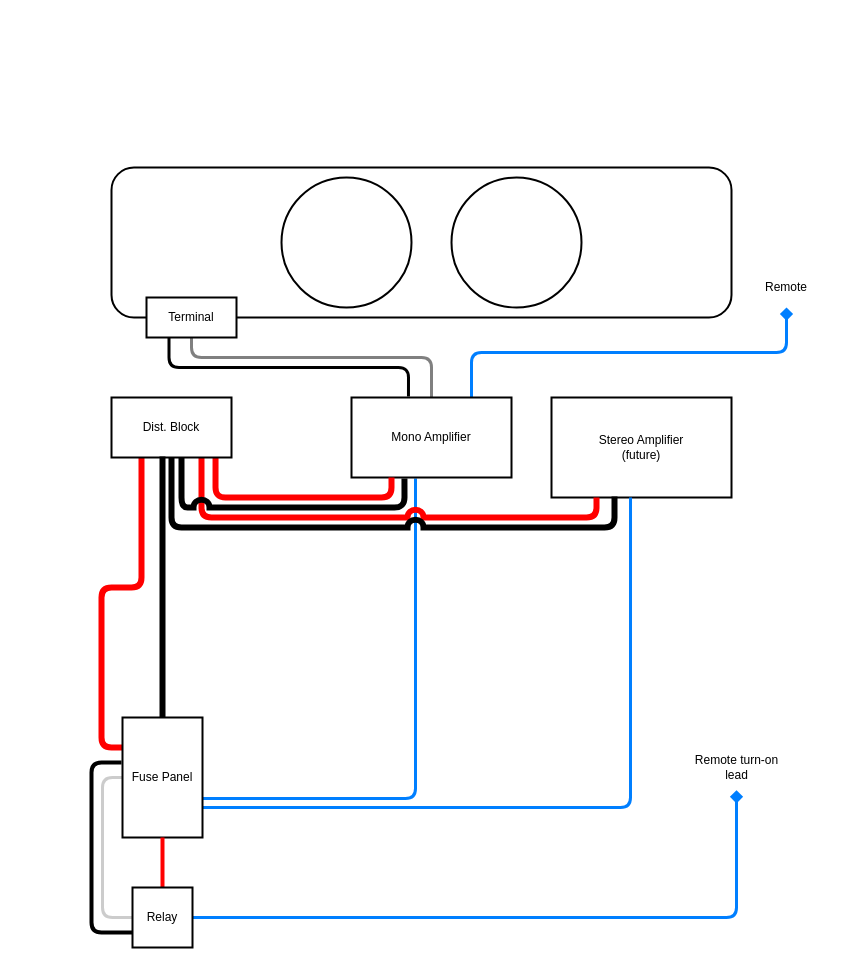
The draw.io diagram Untitled Diagram.drawio in nicholasleblanc/diagrams, before the edit. Source tidied: cells renumbered, new cells numbered last; positions are measured from the earlier drawing's top-left corner, leaving out a move shared by most shapes. Both pictures are drawn from the tidied source at 100%, with x=0, y=0 at pixel (91, 167).
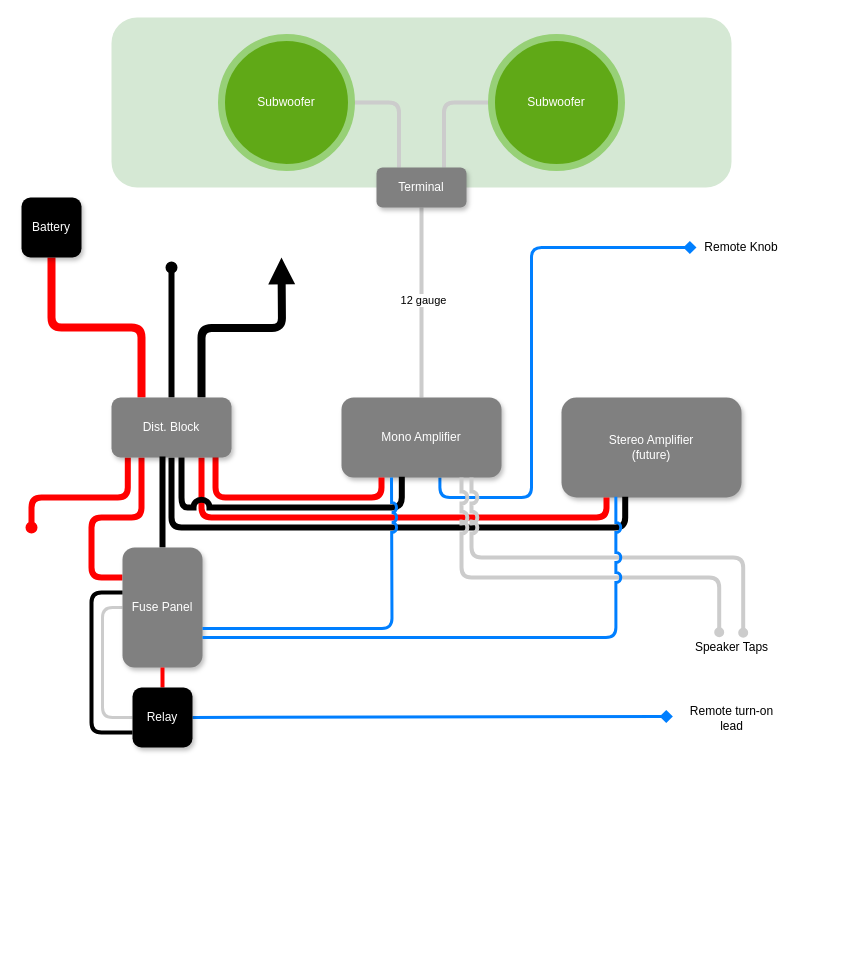
After the change.

What changed in the source:
```diff
@@
-    <mxCell id="2" style="edgeStyle=orthogonalEdgeStyle;jettySize=auto;html=1;exitX=1;exitY=0.675;exitDx=0;exitDy=0;entryX=0.4;entryY=1.013;entryDx=0;entryDy=0;entryPerimeter=0;strokeColor=#007FFF;strokeWidth=3;endArrow=none;endFill=0;exitPerimeter=0;rounded=1;jumpStyle=arc;" parent="1" edge="1" source="16" target="6">
-      <mxGeometry relative="1" as="geometry" />
-    </mxCell>
-    <mxCell id="3" style="edgeStyle=orthogonalEdgeStyle;rounded=1;jettySize=auto;html=1;exitX=0.356;exitY=-0.012;exitDx=0;exitDy=0;entryX=0.25;entryY=1;entryDx=0;entryDy=0;strokeColor=#000000;strokeWidth=3;endArrow=none;endFill=0;jumpStyle=arc;exitPerimeter=0;" parent="1" edge="1" source="6" target="23">
+    <mxCell id="3" style="edgeStyle=orthogonalEdgeStyle;rounded=1;jettySize=auto;html=1;exitX=0.5;exitY=0;exitDx=0;exitDy=0;entryX=0.5;entryY=1;entryDx=0;entryDy=0;strokeColor=#CCCCCC;strokeWidth=4;endArrow=none;endFill=0;jumpStyle=arc;" parent="1" edge="1" source="6" target="23">
       <mxGeometry relative="1" as="geometry" />
     </mxCell>
-    <mxCell id="4" style="edgeStyle=orthogonalEdgeStyle;rounded=1;jettySize=auto;html=1;exitX=0.5;exitY=0;exitDx=0;exitDy=0;entryX=0.5;entryY=1;entryDx=0;entryDy=0;strokeColor=#808080;strokeWidth=3;endArrow=none;endFill=0;jumpStyle=arc;" parent="1" edge="1" source="6" target="23">
-      <mxGeometry relative="1" as="geometry">
-        <Array as="points">
-          <mxPoint x="340" y="190" />
-          <mxPoint x="100" y="190" />
-        </Array>
-      </mxGeometry>
-    </mxCell>
+    <mxCell id="28" value="12 gauge" style="edgeLabel;align=center;verticalAlign=middle;fontColor=#000000;labelBorderColor=none;labelBackgroundColor=default;spacingTop=0;spacingBottom=0;spacing=0;html=1;horizontal=1;" parent="3" vertex="1">
+      <mxGeometry x="0.03" y="-1" relative="1" as="geometry" />
+    </mxCell>
-    <mxCell id="5" style="edgeStyle=orthogonalEdgeStyle;rounded=1;jumpStyle=arc;jettySize=auto;html=1;exitX=0.75;exitY=0;exitDx=0;exitDy=0;strokeColor=#007FFF;strokeWidth=3;endArrow=diamond;endFill=1;" parent="1" edge="1" source="6" target="27">
-      <mxGeometry relative="1" as="geometry" />
+    <mxCell id="5" style="edgeStyle=orthogonalEdgeStyle;rounded=1;jumpStyle=arc;jettySize=auto;html=1;exitX=0.615;exitY=1;exitDx=0;exitDy=0;strokeColor=#007FFF;strokeWidth=3;endArrow=diamond;endFill=1;exitPerimeter=0;" parent="1" edge="1" source="6" target="27">
+      <mxGeometry relative="1" as="geometry">
+        <Array as="points">
+          <mxPoint x="348" y="330" />
+          <mxPoint x="440" y="330" />
+          <mxPoint x="440" y="80" />
+        </Array>
+      </mxGeometry>
     </mxCell>
-    <mxCell id="6" value="Mono Amplifier" style="rounded=0;whiteSpace=wrap;html=1;strokeWidth=2;" parent="1" vertex="1">
-      <mxGeometry x="260" y="230" width="160" height="80" as="geometry" />
+    <mxCell id="6" value="Mono Amplifier" style="rounded=1;whiteSpace=wrap;html=1;strokeWidth=2;strokeColor=none;fillColor=#808080;fontColor=#FFFFFF;shadow=1;" parent="1" vertex="1">
+      <mxGeometry x="250" y="230" width="160" height="80" as="geometry" />
     </mxCell>
-    <mxCell id="7" value="Stereo Amplifier&lt;br&gt;(future)" style="rounded=0;whiteSpace=wrap;html=1;strokeWidth=2;" parent="1" vertex="1">
-      <mxGeometry x="460" y="230" width="180" height="100" as="geometry" />
+    <mxCell id="7" value="Stereo Amplifier&lt;br&gt;(future)" style="rounded=1;whiteSpace=wrap;html=1;strokeWidth=2;strokeColor=none;fillColor=#808080;fontColor=#FFFFFF;shadow=1;sketch=0;glass=0;" parent="1" vertex="1">
+      <mxGeometry x="470" y="230" width="180" height="100" as="geometry" />
     </mxCell>
@@
-    <mxCell id="10" style="edgeStyle=orthogonalEdgeStyle;jettySize=auto;html=1;exitX=0.5;exitY=1;exitDx=0;exitDy=0;entryX=0.35;entryY=0.99;entryDx=0;entryDy=0;entryPerimeter=0;strokeColor=#000000;strokeWidth=6;endArrow=none;endFill=0;rounded=1;jumpStyle=arc;" parent="1" edge="1" source="12" target="7">
+    <mxCell id="10" style="edgeStyle=orthogonalEdgeStyle;jettySize=auto;html=1;exitX=0.5;exitY=1;exitDx=0;exitDy=0;strokeColor=#000000;strokeWidth=6;endArrow=none;endFill=0;rounded=1;jumpStyle=arc;entryX=0.354;entryY=0.993;entryDx=0;entryDy=0;entryPerimeter=0;" parent="1" edge="1" source="12" target="7">
       <mxGeometry relative="1" as="geometry">
         <Array as="points">
           <mxPoint x="80" y="360" />
-          <mxPoint x="523" y="360" />
+          <mxPoint x="534" y="360" />
         </Array>
       </mxGeometry>
     </mxCell>
     <mxCell id="11" style="edgeStyle=orthogonalEdgeStyle;jettySize=auto;html=1;exitX=0.25;exitY=1;exitDx=0;exitDy=0;entryX=0;entryY=0.25;entryDx=0;entryDy=0;strokeColor=#FF0000;strokeWidth=6;endArrow=none;endFill=0;rounded=1;jumpStyle=arc;" parent="1" edge="1" source="12" target="16">
       <mxGeometry relative="1" as="geometry">
         <Array as="points">
-          <mxPoint x="50" y="420" />
-          <mxPoint x="10" y="420" />
-          <mxPoint x="10" y="580" />
+          <mxPoint x="50" y="350" />
+          <mxPoint y="350" />
+          <mxPoint y="410" />
         </Array>
       </mxGeometry>
     </mxCell>
+    <mxCell id="29" style="edgeStyle=orthogonalEdgeStyle;rounded=1;jumpStyle=arc;jettySize=auto;html=1;strokeColor=#FF0000;strokeWidth=6;endArrow=oval;endFill=1;exitX=0.136;exitY=1;exitDx=0;exitDy=0;exitPerimeter=0;" parent="1" edge="1" source="12">
+      <mxGeometry relative="1" as="geometry">
+        <mxPoint x="-60" y="360" as="targetPoint" />
+        <Array as="points">
+          <mxPoint x="36" y="330" />
+          <mxPoint x="-60" y="330" />
+        </Array>
+      </mxGeometry>
+    </mxCell>
+    <mxCell id="30" style="edgeStyle=orthogonalEdgeStyle;rounded=1;jumpStyle=arc;jettySize=auto;html=1;exitX=0.25;exitY=0;exitDx=0;exitDy=0;strokeColor=#FF0000;strokeWidth=8;endArrow=none;endFill=0;" parent="1" edge="1" source="12" target="35">
+      <mxGeometry relative="1" as="geometry" />
+    </mxCell>
+    <mxCell id="31" style="edgeStyle=orthogonalEdgeStyle;rounded=1;jumpStyle=arc;jettySize=auto;html=1;exitX=0.75;exitY=0;exitDx=0;exitDy=0;strokeColor=#000000;strokeWidth=8;endArrow=block;endFill=1;" parent="1" edge="1" source="12">
+      <mxGeometry relative="1" as="geometry">
+        <mxPoint x="190" y="90" as="targetPoint" />
+      </mxGeometry>
+    </mxCell>
+    <mxCell id="32" style="edgeStyle=orthogonalEdgeStyle;rounded=1;jumpStyle=arc;jettySize=auto;html=1;exitX=0.5;exitY=0;exitDx=0;exitDy=0;strokeColor=#000000;strokeWidth=6;endArrow=oval;endFill=1;" parent="1" edge="1" source="12">
+      <mxGeometry relative="1" as="geometry">
+        <mxPoint x="80" y="100" as="targetPoint" />
+      </mxGeometry>
+    </mxCell>
-    <mxCell id="12" value="Dist. Block" style="rounded=0;whiteSpace=wrap;html=1;strokeWidth=2;" parent="1" vertex="1">
+    <mxCell id="12" value="Dist. Block" style="rounded=1;whiteSpace=wrap;html=1;strokeWidth=2;strokeColor=none;fillColor=#808080;fontColor=#FFFFFF;shadow=1;" parent="1" vertex="1">
       <mxGeometry x="20" y="230" width="120" height="60" as="geometry" />
     </mxCell>
@@
-    <mxCell id="15" style="edgeStyle=orthogonalEdgeStyle;jettySize=auto;html=1;exitX=1;exitY=0.75;exitDx=0;exitDy=0;entryX=0.439;entryY=1;entryDx=0;entryDy=0;entryPerimeter=0;strokeColor=#007FFF;strokeWidth=3;endArrow=none;endFill=0;rounded=1;jumpStyle=arc;" parent="1" edge="1" source="16" target="7">
-      <mxGeometry relative="1" as="geometry" />
-    </mxCell>
-    <mxCell id="16" value="Fuse Panel" style="rounded=0;whiteSpace=wrap;html=1;strokeWidth=2;" parent="1" vertex="1">
-      <mxGeometry x="31" y="550" width="80" height="120" as="geometry" />
+    <mxCell id="16" value="Fuse Panel" style="rounded=1;whiteSpace=wrap;html=1;strokeWidth=2;strokeColor=none;fillColor=#808080;fontColor=#FFFFFF;shadow=1;" parent="1" vertex="1">
+      <mxGeometry x="31" y="380" width="80" height="120" as="geometry" />
     </mxCell>
-    <mxCell id="17" style="edgeStyle=orthogonalEdgeStyle;jettySize=auto;html=1;exitX=0;exitY=0.75;exitDx=0;exitDy=0;strokeColor=#000000;strokeWidth=4;endArrow=none;endFill=0;rounded=1;jumpStyle=arc;" parent="1" edge="1" source="20">
+    <mxCell id="17" style="edgeStyle=orthogonalEdgeStyle;jettySize=auto;html=1;exitX=0;exitY=0.75;exitDx=0;exitDy=0;strokeColor=#000000;strokeWidth=4;endArrow=none;endFill=0;rounded=1;jumpStyle=arc;" parent="1" edge="1" source="20" target="16">
       <mxGeometry relative="1" as="geometry">
-        <mxPoint x="30" y="595" as="targetPoint" />
         <Array as="points">
-          <mxPoint y="765" />
-          <mxPoint y="595" />
+          <mxPoint y="565" />
+          <mxPoint y="425" />
         </Array>
       </mxGeometry>
     </mxCell>
@@
-    <mxCell id="19" style="edgeStyle=orthogonalEdgeStyle;rounded=1;jettySize=auto;html=1;exitX=1;exitY=0.5;exitDx=0;exitDy=0;strokeColor=#007FFF;strokeWidth=3;endArrow=diamond;endFill=1;entryX=0.5;entryY=1.067;entryDx=0;entryDy=0;entryPerimeter=0;jumpStyle=arc;" parent="1" edge="1" source="20" target="21">
+    <mxCell id="19" style="edgeStyle=orthogonalEdgeStyle;rounded=1;jettySize=auto;html=1;exitX=1;exitY=0.5;exitDx=0;exitDy=0;strokeColor=#007FFF;strokeWidth=3;endArrow=diamond;endFill=1;entryX=-0.033;entryY=0.45;entryDx=0;entryDy=0;entryPerimeter=0;jumpStyle=arc;" parent="1" edge="1" source="20" target="21">
       <mxGeometry relative="1" as="geometry" />
     </mxCell>
-    <mxCell id="20" value="Relay" style="rounded=0;whiteSpace=wrap;html=1;strokeWidth=2;" parent="1" vertex="1">
-      <mxGeometry x="41" y="720" width="60" height="60" as="geometry" />
+    <mxCell id="20" value="Relay" style="rounded=1;whiteSpace=wrap;html=1;strokeWidth=2;strokeColor=none;fillColor=#000000;fontColor=#FFFFFF;shadow=1;" parent="1" vertex="1">
+      <mxGeometry x="41" y="520" width="60" height="60" as="geometry" />
     </mxCell>
     <mxCell id="21" value="Remote turn-on&lt;br&gt;lead" style="text;html=1;align=center;verticalAlign=middle;points=[];strokeColor=none;fillColor=none;" parent="1" vertex="1">
-      <mxGeometry x="590" y="580" width="110" height="40" as="geometry" />
+      <mxGeometry x="585" y="531" width="110" height="40" as="geometry" />
     </mxCell>
-    <mxCell id="22" style="rounded=1;whiteSpace=wrap;html=1;strokeWidth=2;" parent="1" vertex="1">
-      <mxGeometry x="20" width="620" height="150" as="geometry" />
+    <mxCell id="22" style="rounded=1;whiteSpace=wrap;html=1;strokeWidth=2;fillColor=#d5e8d4;strokeColor=none;" parent="1" vertex="1">
+      <mxGeometry x="20" y="-150" width="620" height="170" as="geometry" />
     </mxCell>
+    <mxCell id="33" style="edgeStyle=orthogonalEdgeStyle;rounded=1;jumpStyle=arc;jettySize=auto;html=1;exitX=0.25;exitY=0;exitDx=0;exitDy=0;strokeColor=#CCCCCC;strokeWidth=4;endArrow=none;endFill=0;" parent="1" edge="1" source="23" target="24">
+      <mxGeometry relative="1" as="geometry" />
+    </mxCell>
+    <mxCell id="34" style="edgeStyle=orthogonalEdgeStyle;rounded=1;jumpStyle=arc;jettySize=auto;html=1;exitX=0.75;exitY=0;exitDx=0;exitDy=0;entryX=0;entryY=0.5;entryDx=0;entryDy=0;strokeColor=#CCCCCC;strokeWidth=4;endArrow=none;endFill=0;" parent="1" edge="1" source="23" target="25">
+      <mxGeometry relative="1" as="geometry" />
+    </mxCell>
-    <mxCell id="23" value="Terminal" style="rounded=0;whiteSpace=wrap;html=1;strokeWidth=2;" parent="1" vertex="1">
-      <mxGeometry x="55" y="130" width="90" height="40" as="geometry" />
+    <mxCell id="23" value="Terminal" style="rounded=1;whiteSpace=wrap;html=1;strokeWidth=2;strokeColor=none;fillColor=#808080;fontColor=#FFFFFF;shadow=1;" parent="1" vertex="1">
+      <mxGeometry x="285" width="90" height="40" as="geometry" />
     </mxCell>
-    <mxCell id="24" style="ellipse;whiteSpace=wrap;html=1;strokeWidth=2;" parent="1" vertex="1">
-      <mxGeometry x="190" y="10" width="130" height="130" as="geometry" />
+    <mxCell id="24" value="Subwoofer" style="ellipse;whiteSpace=wrap;html=1;strokeWidth=7;fillColor=#60a917;fontColor=#ffffff;strokeColor=#97D077;" parent="1" vertex="1">
+      <mxGeometry x="130" y="-130" width="130" height="130" as="geometry" />
     </mxCell>
-    <mxCell id="25" style="ellipse;whiteSpace=wrap;html=1;strokeWidth=2;" parent="1" vertex="1">
-      <mxGeometry x="360" y="10" width="130" height="130" as="geometry" />
+    <mxCell id="25" value="Subwoofer" style="ellipse;whiteSpace=wrap;html=1;strokeWidth=7;fillColor=#60a917;fontColor=#ffffff;strokeColor=#97D077;" parent="1" vertex="1">
+      <mxGeometry x="400" y="-130" width="130" height="130" as="geometry" />
     </mxCell>
-    <mxCell id="26" style="edgeStyle=orthogonalEdgeStyle;jettySize=auto;html=1;entryX=0.331;entryY=1.013;entryDx=0;entryDy=0;entryPerimeter=0;strokeWidth=6;endArrow=none;endFill=0;rounded=1;jumpStyle=arc;" parent="1" edge="1" target="6">
+    <mxCell id="26" style="edgeStyle=orthogonalEdgeStyle;jettySize=auto;html=1;strokeWidth=6;endArrow=none;endFill=0;rounded=1;jumpStyle=arc;entryX=0.377;entryY=0.992;entryDx=0;entryDy=0;entryPerimeter=0;" parent="1" edge="1" target="6">
       <mxGeometry relative="1" as="geometry">
         <mxPoint x="90" y="290" as="sourcePoint" />
         <Array as="points">
           <mxPoint x="90" y="340" />
-          <mxPoint x="313" y="340" />
+          <mxPoint x="310" y="340" />
         </Array>
       </mxGeometry>
     </mxCell>
-    <mxCell id="27" value="Remote" style="rounded=0;whiteSpace=wrap;html=1;strokeWidth=2;strokeColor=none;fillColor=none;" parent="1" vertex="1">
-      <mxGeometry x="650" y="100" width="90" height="40" as="geometry" />
+    <mxCell id="27" value="Remote Knob" style="rounded=0;whiteSpace=wrap;html=1;strokeWidth=2;strokeColor=none;fillColor=none;" parent="1" vertex="1">
+      <mxGeometry x="605" y="60" width="90" height="40" as="geometry" />
     </mxCell>
+    <mxCell id="35" value="Battery" style="rounded=1;whiteSpace=wrap;html=1;strokeWidth=2;fillColor=#000000;strokeColor=none;fontColor=#FFFFFF;shadow=1;" parent="1" vertex="1">
+      <mxGeometry x="-70" y="30" width="60" height="60" as="geometry" />
+    </mxCell>
+    <mxCell id="36" value="&lt;font color=&quot;#000000&quot;&gt;Speaker Taps&lt;/font&gt;" style="text;html=1;align=center;verticalAlign=middle;points=[];strokeColor=none;fillColor=none;fontColor=#FFFFFF;rounded=1;strokeWidth=2;" parent="1" vertex="1">
+      <mxGeometry x="590" y="465" width="100" height="30" as="geometry" />
+    </mxCell>
+    <mxCell id="2" style="edgeStyle=orthogonalEdgeStyle;jettySize=auto;html=1;exitX=1;exitY=0.675;exitDx=0;exitDy=0;strokeColor=#007FFF;strokeWidth=3;endArrow=none;endFill=0;exitPerimeter=0;rounded=1;jumpStyle=arc;jumpSize=6;" parent="1" edge="1" source="16">
+      <mxGeometry relative="1" as="geometry">
+        <mxPoint x="300" y="310" as="targetPoint" />
+      </mxGeometry>
+    </mxCell>
+    <mxCell id="37" style="edgeStyle=orthogonalEdgeStyle;rounded=1;jumpStyle=arc;jettySize=auto;html=1;strokeColor=#CCCCCC;strokeWidth=4;fontColor=#FFFFFF;endArrow=oval;endFill=1;entryX=0.617;entryY=0.011;entryDx=0;entryDy=0;entryPerimeter=0;jumpSize=6;" parent="1" edge="1" target="36">
+      <mxGeometry relative="1" as="geometry">
+        <mxPoint x="380" y="310" as="sourcePoint" />
+        <Array as="points">
+          <mxPoint x="380" y="390" />
+          <mxPoint x="652" y="390" />
+        </Array>
+      </mxGeometry>
+    </mxCell>
+    <mxCell id="38" style="edgeStyle=orthogonalEdgeStyle;rounded=1;jumpStyle=arc;jettySize=auto;html=1;exitX=0.75;exitY=1;exitDx=0;exitDy=0;entryX=0.377;entryY=-0.011;entryDx=0;entryDy=0;entryPerimeter=0;strokeColor=#CCCCCC;strokeWidth=4;fontColor=#000000;endArrow=oval;endFill=1;shadow=0;jumpSize=6;" parent="1" edge="1" source="6" target="36">
+      <mxGeometry relative="1" as="geometry">
+        <Array as="points">
+          <mxPoint x="370" y="410" />
+          <mxPoint x="628" y="410" />
+        </Array>
+      </mxGeometry>
+    </mxCell>
+    <mxCell id="15" style="edgeStyle=orthogonalEdgeStyle;jettySize=auto;html=1;exitX=1;exitY=0.75;exitDx=0;exitDy=0;entryX=0.302;entryY=0.993;entryDx=0;entryDy=0;entryPerimeter=0;strokeColor=#007FFF;strokeWidth=3;endArrow=none;endFill=0;rounded=1;jumpStyle=arc;" parent="1" edge="1" source="16" target="7">
+      <mxGeometry relative="1" as="geometry" />
+    </mxCell>
```
